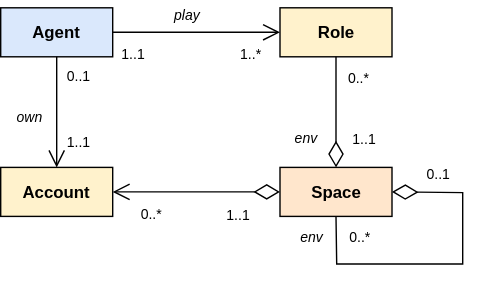
This is docs/diagrams/base_model.drawio.svg from MalcomChumchouaPenda/MC-AB-SFC2, a draw.io export, as it was before one commit. Source tidied: cells renumbered, new cells last; positions are measured from the earlier drawing's top-left corner, leaving out a move shared by most shapes.
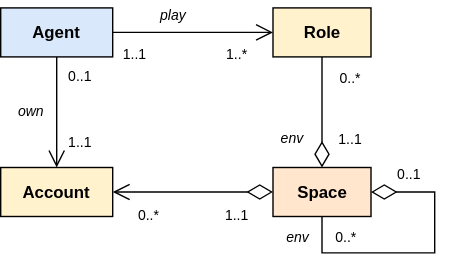
Later version of the same file.

What changed in the source:
```diff
@@ -3,31 +3,31 @@
     <mxCell id="0" />
     <mxCell id="1" parent="0" />
     <mxCell id="2" value="0..1" style="text;html=1;align=center;verticalAlign=middle;whiteSpace=wrap;rounded=0;fontSize=10;strokeColor=none;fontStyle=0;" parent="1" vertex="1">
-      <mxGeometry x="302.5" y="116" width="20" height="15" as="geometry" />
+      <mxGeometry x="241.5" y="111" width="20" height="15" as="geometry" />
     </mxCell>
     <mxCell id="3" style="edgeStyle=orthogonalEdgeStyle;html=1;entryX=0;entryY=0.5;entryDx=0;entryDy=0;endArrow=open;endFill=0;endSize=10;startSize=10;strokeColor=#000000;fontStyle=1;exitX=1;exitY=0.5;exitDx=0;exitDy=0;rounded=0;curved=0;" parent="1" edge="1" source="4" target="5">
       <mxGeometry relative="1" as="geometry" />
     </mxCell>
     <mxCell id="4" value="&lt;b&gt;Agent&lt;/b&gt;" style="html=1;whiteSpace=wrap;fillColor=#dae8fc;strokeColor=#000000;" parent="1" vertex="1">
-      <mxGeometry y="5" width="80" height="35" as="geometry" />
+      <mxGeometry x="-40" width="80" height="35" as="geometry" />
     </mxCell>
     <mxCell id="5" value="&lt;b&gt;Role&lt;/b&gt;" style="html=1;whiteSpace=wrap;fillColor=#fff2cc;strokeColor=#000000;" parent="1" vertex="1">
-      <mxGeometry x="199.5" y="5" width="80" height="35" as="geometry" />
+      <mxGeometry x="154.5" width="70" height="35" as="geometry" />
     </mxCell>
     <mxCell id="6" style="edgeStyle=orthogonalEdgeStyle;html=1;entryX=1;entryY=0.5;entryDx=0;entryDy=0;rounded=0;strokeColor=#000000;endArrow=open;endFill=0;startArrow=diamondThin;startFill=0;endSize=10;startSize=16;exitX=0;exitY=0.5;exitDx=0;exitDy=0;" parent="1" edge="1" source="7" target="8">
       <mxGeometry relative="1" as="geometry" />
     </mxCell>
     <mxCell id="7" value="&lt;b&gt;Space&lt;/b&gt;" style="html=1;whiteSpace=wrap;fillColor=#ffe6cc;strokeColor=#000000;" parent="1" vertex="1">
-      <mxGeometry x="199.5" y="119" width="80" height="35" as="geometry" />
+      <mxGeometry x="154.5" y="114" width="70" height="35" as="geometry" />
     </mxCell>
     <mxCell id="8" value="&lt;b&gt;Account&lt;/b&gt;" style="html=1;whiteSpace=wrap;fillColor=#fff2cc;strokeColor=#000000;" parent="1" vertex="1">
-      <mxGeometry y="119" width="80" height="35" as="geometry" />
+      <mxGeometry x="-40" y="114" width="80" height="35" as="geometry" />
     </mxCell>
     <mxCell id="9" value="1..1" style="text;html=1;align=center;verticalAlign=middle;whiteSpace=wrap;rounded=0;fontSize=10;strokeColor=none;fontStyle=0;" parent="1" vertex="1">
-      <mxGeometry x="84.5" y="30" width="20" height="15" as="geometry" />
+      <mxGeometry x="45.5" y="25" width="20" height="15" as="geometry" />
     </mxCell>
     <mxCell id="10" value="1..*" style="text;html=1;align=center;verticalAlign=middle;whiteSpace=wrap;rounded=0;fontSize=10;strokeColor=none;fontStyle=0;" parent="1" vertex="1">
-      <mxGeometry x="168.5" y="30" width="20" height="15" as="geometry" />
+      <mxGeometry x="118.5" y="25" width="20" height="15" as="geometry" />
     </mxCell>
     <mxCell id="11" style="edgeStyle=orthogonalEdgeStyle;html=1;entryX=0.5;entryY=0;entryDx=0;entryDy=0;exitX=0.5;exitY=1;exitDx=0;exitDy=0;startArrow=none;startFill=0;endArrow=diamondThin;endFill=0;rounded=0;strokeColor=#000000;endSize=16;startSize=16;" parent="1" edge="1" source="5" target="7">
       <mxGeometry relative="1" as="geometry" />
@@ -35,47 +35,47 @@
     <mxCell id="12" style="edgeStyle=orthogonalEdgeStyle;html=1;rounded=0;strokeColor=#000000;endArrow=open;endFill=0;startArrow=none;startFill=0;endSize=10;startSize=10;exitX=0.5;exitY=1;exitDx=0;exitDy=0;" parent="1" edge="1" source="4" target="8">
       <mxGeometry relative="1" as="geometry" />
     </mxCell>
-    <mxCell id="13" style="endArrow=diamondThin;html=1;entryX=1;entryY=0.5;entryDx=0;entryDy=0;exitX=0.5;exitY=1;exitDx=0;exitDy=0;strokeColor=default;rounded=0;curved=0;endFill=0;endSize=16;startSize=16;" parent="1" edge="1" source="7" target="7">
+    <mxCell id="13" style="endArrow=diamondThin;html=1;entryX=1;entryY=0.5;entryDx=0;entryDy=0;exitX=0.5;exitY=1;exitDx=0;exitDy=0;strokeColor=default;rounded=0;curved=0;endFill=0;endSize=16;startSize=16;edgeStyle=orthogonalEdgeStyle;innerLoopWaypoints=1;" parent="1" edge="1" source="7" target="7">
       <mxGeometry relative="1" as="geometry">
         <Array as="points">
-          <mxPoint x="240" y="188" />
-          <mxPoint x="330" y="188" />
-          <mxPoint x="330" y="137" />
+          <mxPoint x="189.5" y="175" />
+          <mxPoint x="270" y="175" />
+          <mxPoint x="270" y="131.5" />
         </Array>
       </mxGeometry>
     </mxCell>
     <mxCell id="14" value="own" style="text;html=1;align=center;verticalAlign=middle;whiteSpace=wrap;rounded=0;fontSize=10;strokeColor=none;fontStyle=2;" parent="1" vertex="1">
-      <mxGeometry x="5.5" y="73" width="30" height="20" as="geometry" />
+      <mxGeometry x="-33.5" y="64" width="30" height="20" as="geometry" />
     </mxCell>
     <mxCell id="15" value="0..*" style="text;html=1;align=center;verticalAlign=middle;whiteSpace=wrap;rounded=0;fontSize=10;strokeColor=none;fontStyle=0;" parent="1" vertex="1">
-      <mxGeometry x="246.5" y="161" width="20" height="15" as="geometry" />
+      <mxGeometry x="196.5" y="156" width="20" height="15" as="geometry" />
     </mxCell>
     <mxCell id="16" value="0..1" style="text;html=1;align=center;verticalAlign=middle;whiteSpace=wrap;rounded=0;fontSize=10;strokeColor=none;fontStyle=0;" parent="1" vertex="1">
-      <mxGeometry x="45.5" y="46" width="20" height="15" as="geometry" />
+      <mxGeometry x="6.5" y="41" width="20" height="15" as="geometry" />
     </mxCell>
     <mxCell id="17" value="play" style="text;html=1;align=center;verticalAlign=middle;whiteSpace=wrap;rounded=0;fontSize=10;strokeColor=none;fontStyle=2;" parent="1" vertex="1">
-      <mxGeometry x="114" width="39" height="20" as="geometry" />
+      <mxGeometry x="64" y="-5" width="39" height="20" as="geometry" />
     </mxCell>
     <mxCell id="18" value="0..*" style="text;html=1;align=center;verticalAlign=middle;whiteSpace=wrap;rounded=0;fontSize=10;strokeColor=none;fontStyle=0;" parent="1" vertex="1">
-      <mxGeometry x="245.5" y="47" width="20" height="15" as="geometry" />
+      <mxGeometry x="199.5" y="42" width="20" height="15" as="geometry" />
     </mxCell>
     <mxCell id="19" value="1..1" style="text;html=1;align=center;verticalAlign=middle;whiteSpace=wrap;rounded=0;fontSize=10;strokeColor=none;fontStyle=0;" parent="1" vertex="1">
-      <mxGeometry x="45.5" y="93" width="20" height="15" as="geometry" />
+      <mxGeometry x="6.5" y="88" width="20" height="15" as="geometry" />
     </mxCell>
     <mxCell id="20" value="1..1" style="text;html=1;align=center;verticalAlign=middle;whiteSpace=wrap;rounded=0;fontSize=10;strokeColor=none;fontStyle=0;" parent="1" vertex="1">
-      <mxGeometry x="160" y="145" width="20" height="15" as="geometry" />
+      <mxGeometry x="119" y="140" width="20" height="15" as="geometry" />
     </mxCell>
     <mxCell id="21" value="0..*" style="text;html=1;align=center;verticalAlign=middle;whiteSpace=wrap;rounded=0;fontSize=10;strokeColor=none;fontStyle=0;" parent="1" vertex="1">
-      <mxGeometry x="97.5" y="144" width="20" height="15" as="geometry" />
+      <mxGeometry x="55.5" y="140" width="20" height="15" as="geometry" />
     </mxCell>
     <mxCell id="22" value="1..1" style="text;html=1;align=center;verticalAlign=middle;whiteSpace=wrap;rounded=0;fontSize=10;strokeColor=none;fontStyle=0;" parent="1" vertex="1">
-      <mxGeometry x="249.5" y="91" width="20" height="15" as="geometry" />
+      <mxGeometry x="199.5" y="86" width="20" height="15" as="geometry" />
     </mxCell>
     <mxCell id="23" value="env" style="text;html=1;align=center;verticalAlign=middle;whiteSpace=wrap;rounded=0;fontSize=10;strokeColor=none;fontStyle=2;" parent="1" vertex="1">
-      <mxGeometry x="204.5" y="88" width="27" height="20" as="geometry" />
+      <mxGeometry x="154.5" y="83" width="27" height="20" as="geometry" />
     </mxCell>
     <mxCell id="24" value="env" style="text;html=1;align=center;verticalAlign=middle;whiteSpace=wrap;rounded=0;fontSize=10;strokeColor=none;fontStyle=2;" parent="1" vertex="1">
-      <mxGeometry x="209" y="159" width="27" height="20" as="geometry" />
+      <mxGeometry x="159" y="154" width="27" height="20" as="geometry" />
     </mxCell>
   </root>
 </mxGraphModel>
```
